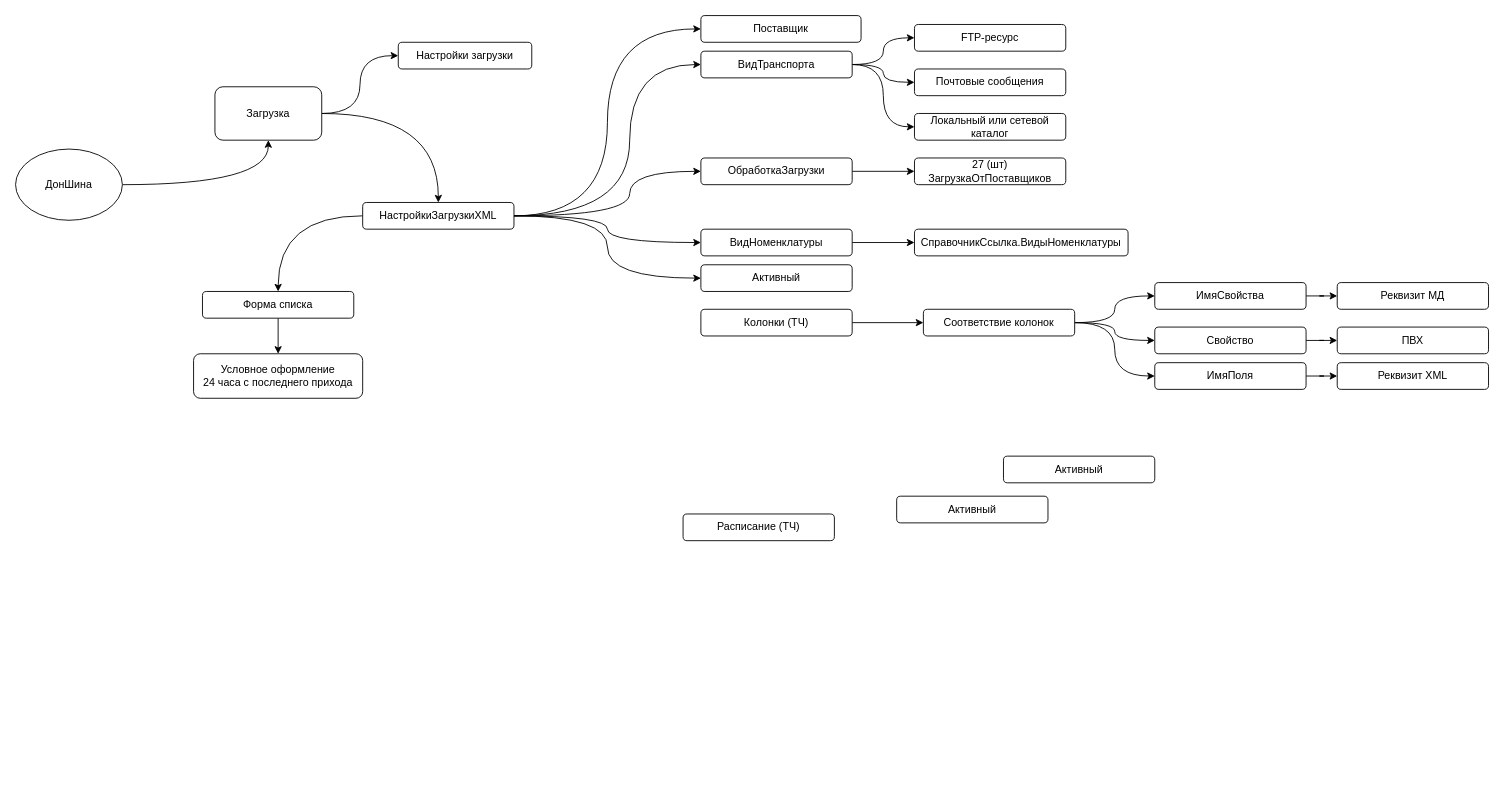
The draw.io diagram ДонШина.drawio in OlegM161/dakar, before the edit. Source tidied: cells renumbered, new cells numbered last; positions are measured from the earlier drawing's top-left corner, leaving out a move shared by most shapes. Both pictures are drawn from the tidied source at 89%, with x=0, y=0 at pixel (15, 15).
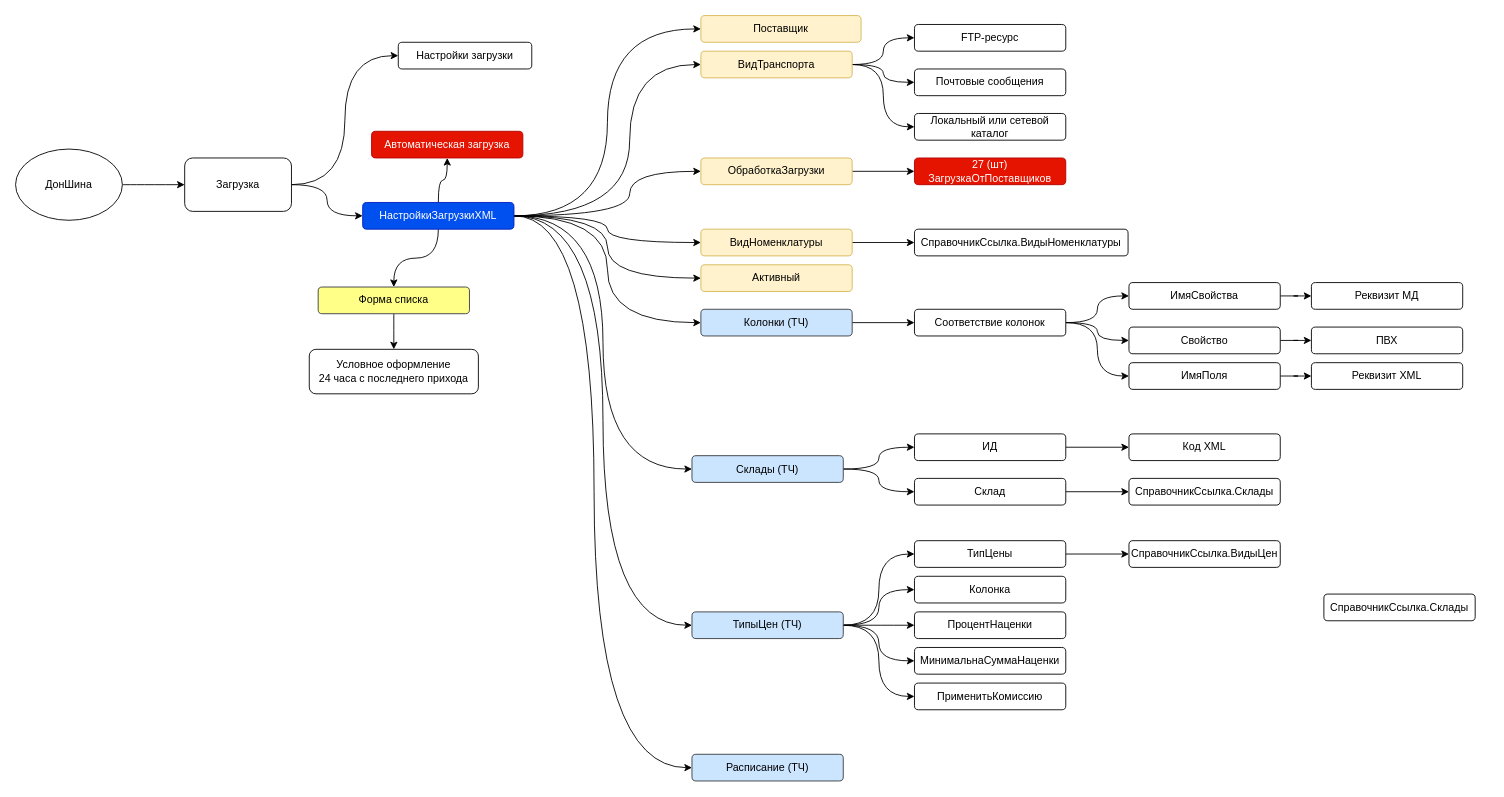
Above is the later version.

Diff of the diagram source:
```diff
@@
+    <mxCell id="51" style="edgeStyle=orthogonalEdgeStyle;rounded=0;jettySize=auto;html=1;entryX=0;entryY=0.5;entryDx=0;entryDy=0;curved=1;" parent="1" edge="1" source="11" target="35">
+      <mxGeometry relative="1" as="geometry" />
+    </mxCell>
+    <mxCell id="52" style="edgeStyle=orthogonalEdgeStyle;rounded=0;jettySize=auto;html=1;entryX=0;entryY=0.5;entryDx=0;entryDy=0;curved=1;" parent="1" edge="1" source="11" target="37">
+      <mxGeometry relative="1" as="geometry" />
+    </mxCell>
+    <mxCell id="53" style="edgeStyle=orthogonalEdgeStyle;rounded=0;jettySize=auto;html=1;entryX=0;entryY=0.5;entryDx=0;entryDy=0;curved=1;" parent="1" edge="1" source="11" target="36">
+      <mxGeometry relative="1" as="geometry" />
+    </mxCell>
+    <mxCell id="54" style="edgeStyle=orthogonalEdgeStyle;rounded=0;jettySize=auto;html=1;entryX=0;entryY=0.5;entryDx=0;entryDy=0;curved=1;" parent="1" edge="1" source="11" target="33">
+      <mxGeometry relative="1" as="geometry">
+        <Array as="points">
+          <mxPoint x="650" y="225" />
+          <mxPoint x="650" y="845" />
+        </Array>
+      </mxGeometry>
+    </mxCell>
+    <mxCell id="55" style="edgeStyle=orthogonalEdgeStyle;rounded=0;jettySize=auto;html=1;curved=1;" parent="1" edge="1" source="11" target="77">
+      <mxGeometry relative="1" as="geometry" />
+    </mxCell>
-    <mxCell id="11" value="НастройкиЗагрузкиXML" style="rounded=1;whiteSpace=wrap;html=1;" parent="1" vertex="1">
+    <mxCell id="11" value="НастройкиЗагрузкиXML" style="rounded=1;whiteSpace=wrap;html=1;fillColor=#0050ef;fontColor=#ffffff;strokeColor=#001DBC;" parent="1" vertex="1">
       <mxGeometry x="390" y="210" width="170" height="30" as="geometry" />
     </mxCell>
@@
     <mxCell id="14" value="Загрузка" style="rounded=1;whiteSpace=wrap;html=1;" parent="1" vertex="1">
-      <mxGeometry x="224" y="80" width="120" height="60" as="geometry" />
+      <mxGeometry x="190" y="160" width="120" height="60" as="geometry" />
     </mxCell>
-    <mxCell id="15" value="Поставщик" style="rounded=1;whiteSpace=wrap;html=1;" parent="1" vertex="1">
+    <mxCell id="15" value="Поставщик" style="rounded=1;whiteSpace=wrap;html=1;fillColor=#fff2cc;strokeColor=#d6b656;" parent="1" vertex="1">
       <mxGeometry x="770" width="180" height="30" as="geometry" />
     </mxCell>
@@
-    <mxCell id="19" value="ВидТранспорта" style="rounded=1;whiteSpace=wrap;html=1;" parent="1" vertex="1">
+    <mxCell id="19" value="ВидТранспорта" style="rounded=1;whiteSpace=wrap;html=1;fillColor=#fff2cc;strokeColor=#d6b656;" parent="1" vertex="1">
       <mxGeometry x="770" y="40" width="170" height="30" as="geometry" />
     </mxCell>
@@
-    <mxCell id="21" value="ВидНоменклатуры" style="rounded=1;whiteSpace=wrap;html=1;" parent="1" vertex="1">
+    <mxCell id="21" value="ВидНоменклатуры" style="rounded=1;whiteSpace=wrap;html=1;fillColor=#fff2cc;strokeColor=#d6b656;" parent="1" vertex="1">
       <mxGeometry x="770" y="240" width="170" height="30" as="geometry" />
     </mxCell>
-    <mxCell id="22" value="Активный" style="rounded=1;whiteSpace=wrap;html=1;" parent="1" vertex="1">
+    <mxCell id="22" value="Активный" style="rounded=1;whiteSpace=wrap;html=1;fillColor=#fff2cc;strokeColor=#d6b656;" parent="1" vertex="1">
       <mxGeometry x="770" y="280" width="170" height="30" as="geometry" />
     </mxCell>
-    <mxCell id="23" style="edgeStyle=orthogonalEdgeStyle;rounded=0;jettySize=auto;html=1;" parent="1" edge="1" source="24" target="32">
+    <mxCell id="23" style="edgeStyle=orthogonalEdgeStyle;rounded=0;jettySize=auto;html=1;curved=1;" parent="1" edge="1" source="24" target="32">
       <mxGeometry relative="1" as="geometry" />
     </mxCell>
-    <mxCell id="24" value="Форма списка" style="rounded=1;whiteSpace=wrap;html=1;" parent="1" vertex="1">
-      <mxGeometry x="210" y="310" width="170" height="30" as="geometry" />
+    <mxCell id="24" value="Форма списка" style="rounded=1;whiteSpace=wrap;html=1;fillColor=#ffff88;strokeColor=#36393d;" parent="1" vertex="1">
+      <mxGeometry x="340" y="305" width="170" height="30" as="geometry" />
     </mxCell>
@@
-    <mxCell id="26" value="ОбработкаЗагрузки" style="rounded=1;whiteSpace=wrap;html=1;" parent="1" vertex="1">
+    <mxCell id="26" value="ОбработкаЗагрузки" style="rounded=1;whiteSpace=wrap;html=1;fillColor=#fff2cc;strokeColor=#d6b656;" parent="1" vertex="1">
       <mxGeometry x="770" y="160" width="170" height="30" as="geometry" />
     </mxCell>
@@
-    <mxCell id="30" value="27 (шт)&lt;br&gt;ЗагрузкаОтПоставщиков" style="rounded=1;whiteSpace=wrap;html=1;" parent="1" vertex="1">
+    <mxCell id="30" value="27 (шт)&lt;br&gt;ЗагрузкаОтПоставщиков" style="rounded=1;whiteSpace=wrap;html=1;fillColor=#e51400;strokeColor=#B20000;fontColor=#ffffff;" parent="1" vertex="1">
       <mxGeometry x="1010" y="160" width="170" height="30" as="geometry" />
     </mxCell>
@@
     <mxCell id="32" value="Условное оформление&lt;div&gt;24 часа с последнего прихода&lt;/div&gt;" style="rounded=1;whiteSpace=wrap;html=1;" parent="1" vertex="1">
-      <mxGeometry x="200" y="380" width="190" height="50" as="geometry" />
+      <mxGeometry x="330" y="375" width="190" height="50" as="geometry" />
     </mxCell>
-    <mxCell id="33" value="Расписание (ТЧ)" style="rounded=1;whiteSpace=wrap;html=1;" parent="1" vertex="1">
-      <mxGeometry x="750" y="560" width="170" height="30" as="geometry" />
+    <mxCell id="33" value="Расписание (ТЧ)" style="rounded=1;whiteSpace=wrap;html=1;fillColor=#cce5ff;strokeColor=#36393d;" parent="1" vertex="1">
+      <mxGeometry x="760" y="830" width="170" height="30" as="geometry" />
     </mxCell>
@@
-    <mxCell id="35" value="Колонки (ТЧ)" style="rounded=1;whiteSpace=wrap;html=1;" parent="1" vertex="1">
+    <mxCell id="35" value="Колонки (ТЧ)" style="rounded=1;whiteSpace=wrap;html=1;fillColor=#cce5ff;strokeColor=#36393d;" parent="1" vertex="1">
       <mxGeometry x="770" y="330" width="170" height="30" as="geometry" />
     </mxCell>
+    <mxCell id="56" style="edgeStyle=orthogonalEdgeStyle;rounded=0;jettySize=auto;html=1;entryX=0;entryY=0.5;entryDx=0;entryDy=0;curved=1;" parent="1" edge="1" source="36" target="66">
+      <mxGeometry relative="1" as="geometry" />
+    </mxCell>
+    <mxCell id="57" style="edgeStyle=orthogonalEdgeStyle;rounded=0;jettySize=auto;html=1;entryX=0;entryY=0.5;entryDx=0;entryDy=0;curved=1;" parent="1" edge="1" source="36" target="64">
+      <mxGeometry relative="1" as="geometry" />
+    </mxCell>
+    <mxCell id="58" style="edgeStyle=orthogonalEdgeStyle;rounded=0;jettySize=auto;html=1;entryX=0;entryY=0.5;entryDx=0;entryDy=0;curved=1;" parent="1" edge="1" source="36" target="63">
+      <mxGeometry relative="1" as="geometry" />
+    </mxCell>
+    <mxCell id="59" style="edgeStyle=orthogonalEdgeStyle;rounded=0;jettySize=auto;html=1;entryX=0;entryY=0.5;entryDx=0;entryDy=0;curved=1;" parent="1" edge="1" source="36" target="76">
+      <mxGeometry relative="1" as="geometry" />
+    </mxCell>
+    <mxCell id="60" style="edgeStyle=orthogonalEdgeStyle;rounded=0;jettySize=auto;html=1;entryX=0;entryY=0.5;entryDx=0;entryDy=0;curved=1;" parent="1" edge="1" source="36" target="75">
+      <mxGeometry relative="1" as="geometry" />
+    </mxCell>
-    <mxCell id="36" value="Активный" style="rounded=1;whiteSpace=wrap;html=1;" parent="1" vertex="1">
-      <mxGeometry x="1110" y="495" width="170" height="30" as="geometry" />
+    <mxCell id="36" value="ТипыЦен (ТЧ)" style="rounded=1;whiteSpace=wrap;html=1;fillColor=#cce5ff;strokeColor=#36393d;" parent="1" vertex="1">
+      <mxGeometry x="760" y="670" width="170" height="30" as="geometry" />
     </mxCell>
+    <mxCell id="61" style="edgeStyle=orthogonalEdgeStyle;rounded=0;jettySize=auto;html=1;entryX=0;entryY=0.5;entryDx=0;entryDy=0;curved=1;" parent="1" edge="1" source="37" target="70">
+      <mxGeometry relative="1" as="geometry" />
+    </mxCell>
+    <mxCell id="62" style="edgeStyle=orthogonalEdgeStyle;rounded=0;jettySize=auto;html=1;entryX=0;entryY=0.5;entryDx=0;entryDy=0;curved=1;" parent="1" edge="1" source="37" target="72">
+      <mxGeometry relative="1" as="geometry" />
+    </mxCell>
-    <mxCell id="37" value="Активный" style="rounded=1;whiteSpace=wrap;html=1;" parent="1" vertex="1">
-      <mxGeometry x="990" y="540" width="170" height="30" as="geometry" />
+    <mxCell id="37" value="Склады (ТЧ)" style="rounded=1;whiteSpace=wrap;html=1;fillColor=#cce5ff;strokeColor=#36393d;" parent="1" vertex="1">
+      <mxGeometry x="760" y="494.5" width="170" height="30" as="geometry" />
     </mxCell>
@@
     <mxCell id="41" value="Соответствие колонок" style="rounded=1;whiteSpace=wrap;html=1;" parent="1" vertex="1">
-      <mxGeometry x="1020" y="330" width="170" height="30" as="geometry" />
+      <mxGeometry x="1010" y="330" width="170" height="30" as="geometry" />
     </mxCell>
@@
     <mxCell id="43" value="ИмяСвойства" style="rounded=1;whiteSpace=wrap;html=1;" parent="1" vertex="1">
-      <mxGeometry x="1280" y="300" width="170" height="30" as="geometry" />
+      <mxGeometry x="1251" y="300" width="170" height="30" as="geometry" />
     </mxCell>
@@
     <mxCell id="45" value="Свойство" style="rounded=1;whiteSpace=wrap;html=1;" parent="1" vertex="1">
-      <mxGeometry x="1280" y="350" width="170" height="30" as="geometry" />
+      <mxGeometry x="1251" y="350" width="170" height="30" as="geometry" />
     </mxCell>
@@
     <mxCell id="47" value="ИмяПоля" style="rounded=1;whiteSpace=wrap;html=1;" parent="1" vertex="1">
-      <mxGeometry x="1280" y="390" width="170" height="30" as="geometry" />
+      <mxGeometry x="1251" y="390" width="170" height="30" as="geometry" />
     </mxCell>
     <mxCell id="48" value="Реквизит МД" style="rounded=1;whiteSpace=wrap;html=1;" parent="1" vertex="1">
-      <mxGeometry x="1485" y="300" width="170" height="30" as="geometry" />
+      <mxGeometry x="1456" y="300" width="170" height="30" as="geometry" />
     </mxCell>
     <mxCell id="49" value="ПВХ" style="rounded=1;whiteSpace=wrap;html=1;" parent="1" vertex="1">
-      <mxGeometry x="1485" y="350" width="170" height="30" as="geometry" />
+      <mxGeometry x="1456" y="350" width="170" height="30" as="geometry" />
     </mxCell>
     <mxCell id="50" value="Реквизит XML" style="rounded=1;whiteSpace=wrap;html=1;" parent="1" vertex="1">
-      <mxGeometry x="1485" y="390" width="170" height="30" as="geometry" />
+      <mxGeometry x="1456" y="390" width="170" height="30" as="geometry" />
     </mxCell>
+    <mxCell id="63" value="ПроцентНаценки" style="rounded=1;whiteSpace=wrap;html=1;" parent="1" vertex="1">
+      <mxGeometry x="1010" y="670" width="170" height="30" as="geometry" />
+    </mxCell>
+    <mxCell id="64" value="Колонка" style="rounded=1;whiteSpace=wrap;html=1;" parent="1" vertex="1">
+      <mxGeometry x="1010" y="630" width="170" height="30" as="geometry" />
+    </mxCell>
+    <mxCell id="65" style="edgeStyle=orthogonalEdgeStyle;rounded=0;jettySize=auto;html=1;" parent="1" edge="1" source="66" target="73">
+      <mxGeometry relative="1" as="geometry" />
+    </mxCell>
+    <mxCell id="66" value="ТипЦены" style="rounded=1;whiteSpace=wrap;html=1;" parent="1" vertex="1">
+      <mxGeometry x="1010" y="590" width="170" height="30" as="geometry" />
+    </mxCell>
+    <mxCell id="67" value="СправочникСсылка.Склады" style="rounded=1;whiteSpace=wrap;html=1;" parent="1" vertex="1">
+      <mxGeometry x="1251" y="520" width="170" height="30" as="geometry" />
+    </mxCell>
+    <mxCell id="68" value="Код XML" style="rounded=1;whiteSpace=wrap;html=1;" parent="1" vertex="1">
+      <mxGeometry x="1251" y="470" width="170" height="30" as="geometry" />
+    </mxCell>
+    <mxCell id="69" style="edgeStyle=orthogonalEdgeStyle;rounded=0;jettySize=auto;html=1;entryX=0;entryY=0.5;entryDx=0;entryDy=0;" parent="1" edge="1" source="70" target="68">
+      <mxGeometry relative="1" as="geometry" />
+    </mxCell>
+    <mxCell id="70" value="ИД" style="rounded=1;whiteSpace=wrap;html=1;" parent="1" vertex="1">
+      <mxGeometry x="1010" y="470" width="170" height="30" as="geometry" />
+    </mxCell>
+    <mxCell id="71" style="edgeStyle=orthogonalEdgeStyle;rounded=0;jettySize=auto;html=1;entryX=0;entryY=0.5;entryDx=0;entryDy=0;" parent="1" edge="1" source="72" target="67">
+      <mxGeometry relative="1" as="geometry" />
+    </mxCell>
+    <mxCell id="72" value="Склад" style="rounded=1;whiteSpace=wrap;html=1;" parent="1" vertex="1">
+      <mxGeometry x="1010" y="520" width="170" height="30" as="geometry" />
+    </mxCell>
+    <mxCell id="73" value="СправочникСсылка.ВидыЦен" style="rounded=1;whiteSpace=wrap;html=1;" parent="1" vertex="1">
+      <mxGeometry x="1251" y="590" width="170" height="30" as="geometry" />
+    </mxCell>
+    <mxCell id="74" value="СправочникСсылка.Склады" style="rounded=1;whiteSpace=wrap;html=1;" parent="1" vertex="1">
+      <mxGeometry x="1470" y="650" width="170" height="30" as="geometry" />
+    </mxCell>
+    <mxCell id="75" value="ПрименитьКомиссию" style="rounded=1;whiteSpace=wrap;html=1;" parent="1" vertex="1">
+      <mxGeometry x="1010" y="750" width="170" height="30" as="geometry" />
+    </mxCell>
+    <mxCell id="76" value="МинимальнаСуммаНаценки" style="rounded=1;whiteSpace=wrap;html=1;" parent="1" vertex="1">
+      <mxGeometry x="1010" y="710" width="170" height="30" as="geometry" />
+    </mxCell>
+    <mxCell id="77" value="Автоматическая загрузка" style="rounded=1;whiteSpace=wrap;html=1;fillColor=#e51400;fontColor=#ffffff;strokeColor=#B20000;" parent="1" vertex="1">
+      <mxGeometry x="400" y="130" width="170" height="30" as="geometry" />
+    </mxCell>
```
